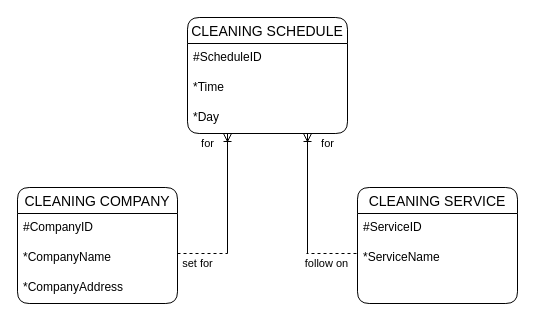
Before: week4-2a1.drawio in iamdaniaph/ERD, a draw.io diagram. Source tidied: cells renumbered, new cells numbered last; positions are measured from the earlier drawing's top-left corner, leaving out a move shared by most shapes. Both pictures are drawn from the tidied source at 100%, with x=0, y=0 at pixel (17, 17).
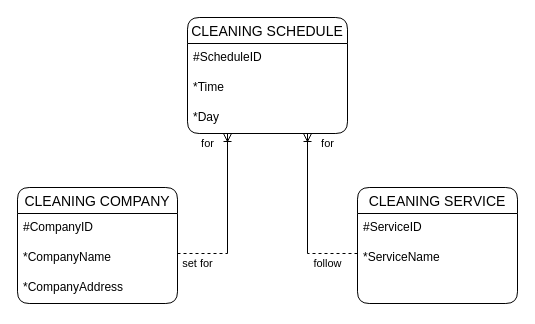
The same diagram, later.

Diff of the diagram source:
```diff
@@
-    <mxCell id="15" value="follow on" style="edgeStyle=orthogonalEdgeStyle;rounded=0;orthogonalLoop=1;jettySize=auto;html=1;exitX=0;exitY=0.5;exitDx=0;exitDy=0;dashed=1;startArrow=none;startFill=0;endArrow=none;endFill=0;" parent="1" edge="1">
+    <mxCell id="15" value="follow" style="edgeStyle=orthogonalEdgeStyle;rounded=0;orthogonalLoop=1;jettySize=auto;html=1;exitX=0;exitY=0.5;exitDx=0;exitDy=0;dashed=1;startArrow=none;startFill=0;endArrow=none;endFill=0;" parent="1" edge="1">
       <mxGeometry x="0.2" y="10" relative="1" as="geometry">
-        <mxPoint x="339" y="236" as="sourcePoint" />
-        <mxPoint x="289" y="236" as="targetPoint" />
+        <mxPoint x="340" y="236" as="sourcePoint" />
+        <mxPoint x="290" y="236" as="targetPoint" />
       </mxGeometry>
     </mxCell>
```
